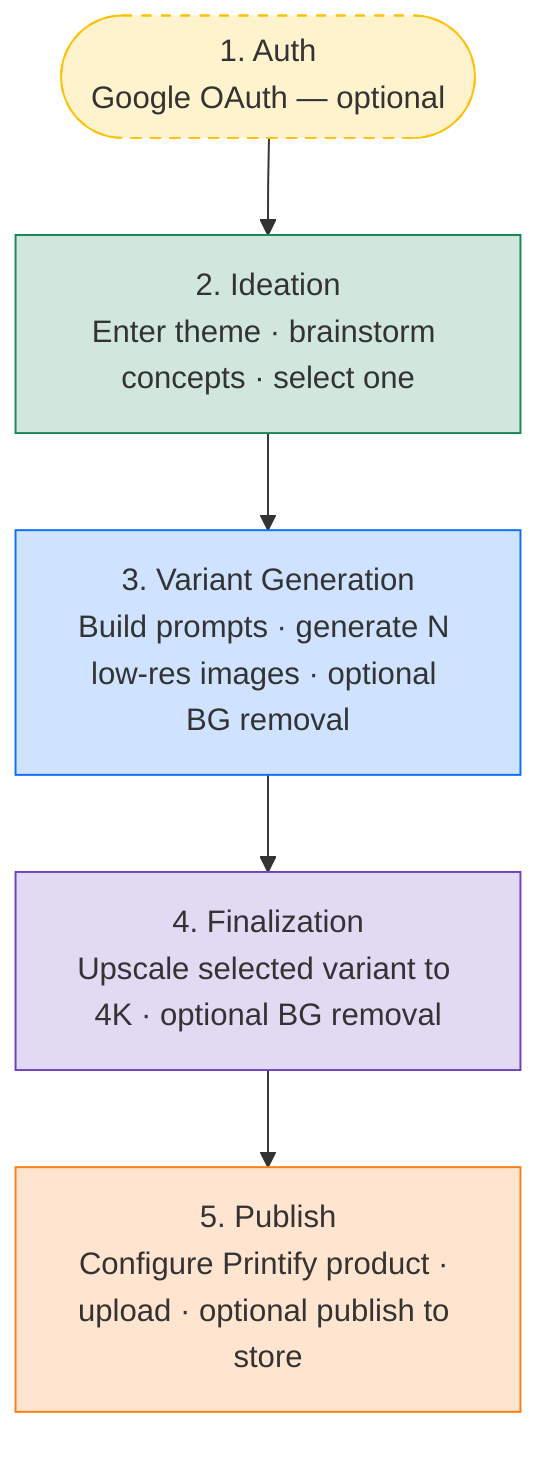
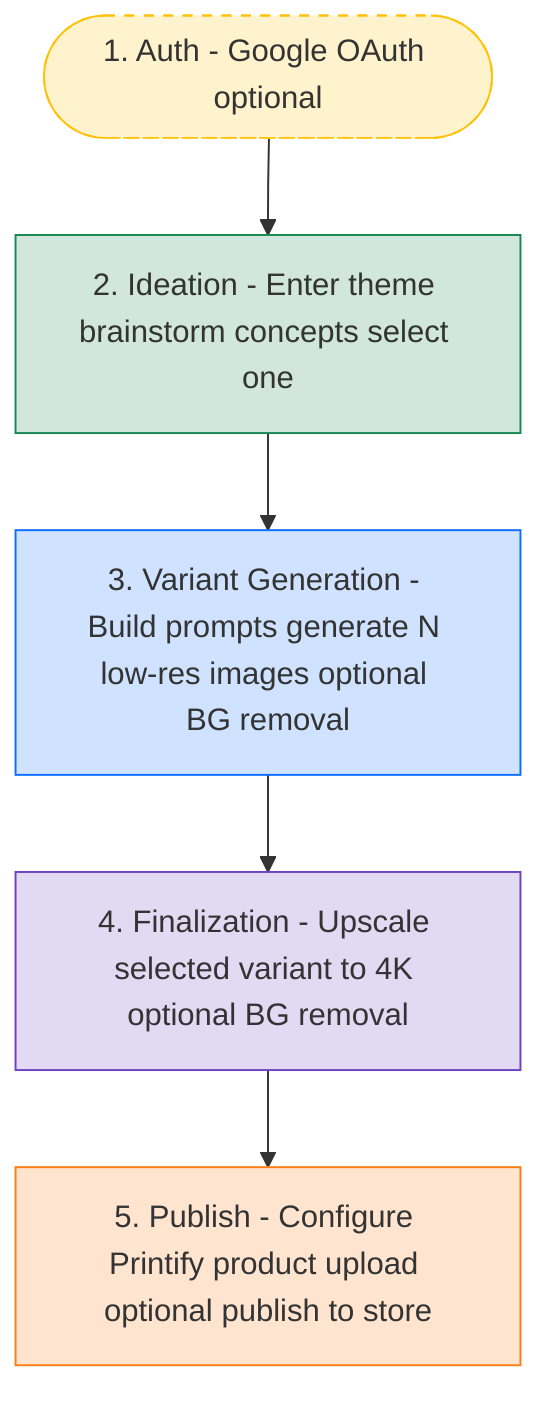
graph TD
-     Auth([1. Auth\nGoogle OAuth — optional])
-     Ideation[2. Ideation\nEnter theme · brainstorm concepts · select one]
-     Variants[3. Variant Generation\nBuild prompts · generate N low-res images · optional BG removal]
-     Finalize[4. Finalization\nUpscale selected variant to 4K · optional BG removal]
-     Publish[5. Publish\nConfigure Printify product · upload · optional publish to store]
+     Auth([1. Auth - Google OAuth optional])
+     Ideation[2. Ideation - Enter theme brainstorm concepts select one]
+     Variants[3. Variant Generation - Build prompts generate N low-res images optional BG removal]
+     Finalize[4. Finalization - Upscale selected variant to 4K optional BG removal]
+     Publish[5. Publish - Configure Printify product upload optional publish to store]

    Auth --> Ideation
    Ideation --> Variants
    Variants --> Finalize
    Finalize --> Publish

    style Auth fill:#fff3cd,stroke:#ffc107,stroke-dasharray: 5 5
    style Ideation fill:#d1e7dd,stroke:#198754
    style Variants fill:#cfe2ff,stroke:#0d6efd
    style Finalize fill:#e2d9f3,stroke:#6f42c1
-     style Publish fill:#ffe5d0,stroke:#fd7e14+     style Publish fill:#ffe5d0,stroke:#fd7e14
